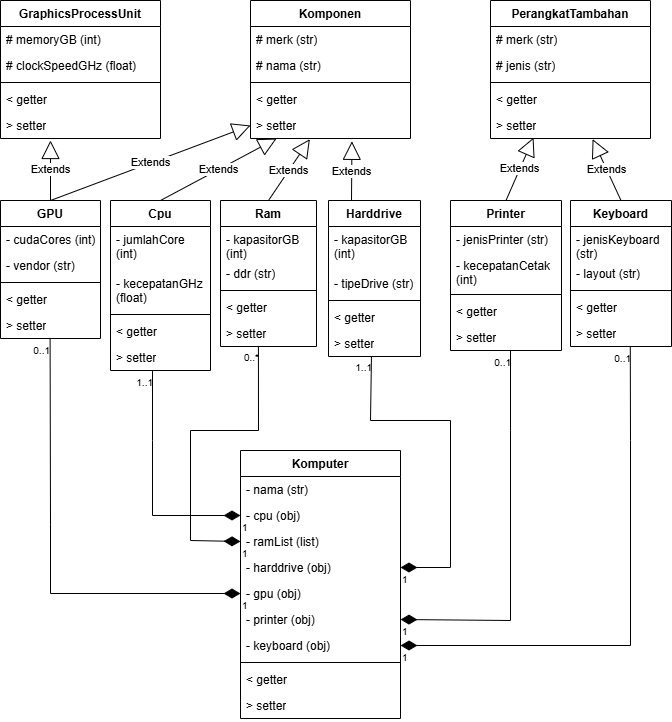
The draw.io diagram TP3DPBO.drawio.png in beginnener/TP3DPBO2025C2, before a commit. Source tidied: cells renumbered, new cells last; positions are measured from the earlier drawing's top-left corner, leaving out a move shared by most shapes.
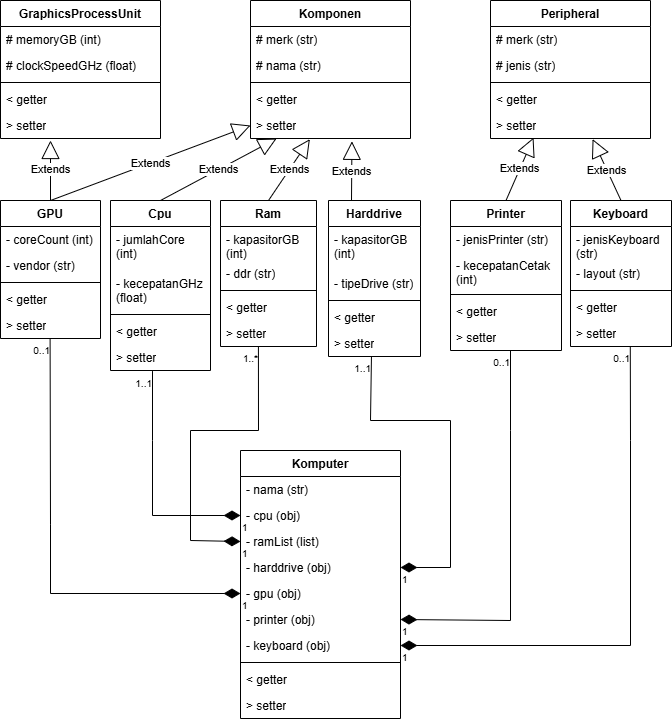
Later version of the same file.

What changed in the source:
```diff
@@ -95,7 +95,7 @@
     <mxCell id="32" value="GPU" style="swimlane;fontStyle=1;align=center;verticalAlign=top;horizontal=1;startSize=26;whiteSpace=wrap;html=1;" parent="1" vertex="1">
       <mxGeometry y="200" width="100" height="138" as="geometry" />
     </mxCell>
-    <mxCell id="33" value="- cudaCores (int)" style="text;strokeColor=none;fillColor=none;align=left;verticalAlign=top;spacingLeft=4;spacingRight=4;overflow=hidden;whiteSpace=wrap;html=1;" parent="32" vertex="1">
+    <mxCell id="33" value="- coreCount (int)" style="text;strokeColor=none;fillColor=none;align=left;verticalAlign=top;spacingLeft=4;spacingRight=4;overflow=hidden;whiteSpace=wrap;html=1;" parent="32" vertex="1">
       <mxGeometry y="26" width="100" height="26" as="geometry" />
     </mxCell>
     <mxCell id="34" value="- vendor (str)" style="text;strokeColor=none;fillColor=none;align=left;verticalAlign=top;spacingLeft=4;spacingRight=4;overflow=hidden;whiteSpace=wrap;html=1;" parent="32" vertex="1">
@@ -110,7 +110,7 @@
     <mxCell id="37" value="&amp;gt; setter" style="text;strokeColor=none;fillColor=none;align=left;verticalAlign=top;spacingLeft=4;spacingRight=4;overflow=hidden;points=[[0,0.5],[1,0.5]];portConstraint=eastwest;whiteSpace=wrap;html=1;" parent="32" vertex="1">
       <mxGeometry y="112" width="100" height="26" as="geometry" />
     </mxCell>
-    <mxCell id="38" value="PerangkatTambahan" style="swimlane;fontStyle=1;align=center;verticalAlign=top;horizontal=1;startSize=26;whiteSpace=wrap;html=1;" parent="1" vertex="1">
+    <mxCell id="38" value="Peripheral" style="swimlane;fontStyle=1;align=center;verticalAlign=top;horizontal=1;startSize=26;whiteSpace=wrap;html=1;" parent="1" vertex="1">
       <mxGeometry x="490" width="160" height="138" as="geometry" />
     </mxCell>
     <mxCell id="39" value="# merk (str)" style="text;strokeColor=none;fillColor=none;align=left;verticalAlign=top;spacingLeft=4;spacingRight=4;overflow=hidden;whiteSpace=wrap;html=1;" parent="38" vertex="1">
@@ -232,7 +232,7 @@
     <mxCell id="75" value="1" style="html=1;align=left;verticalAlign=top;labelBackgroundColor=none;fontSize=10;" parent="74" vertex="1">
       <mxGeometry x="-1" relative="1" as="geometry" />
     </mxCell>
-    <mxCell id="76" value="0..*" style="html=1;align=right;verticalAlign=top;labelBackgroundColor=none;fontSize=10;" parent="74" vertex="1">
+    <mxCell id="76" value="1..*" style="html=1;align=right;verticalAlign=top;labelBackgroundColor=none;fontSize=10;" parent="74" vertex="1">
       <mxGeometry x="1" relative="1" as="geometry" />
     </mxCell>
     <mxCell id="77" style="align=right;html=1;verticalAlign=bottom;endArrow=none;startArrow=diamondThin;startSize=14;startFill=1;edgeStyle=none;rounded=0;entryX=0.42;entryY=1.023;entryDx=0;entryDy=0;entryPerimeter=0;exitX=0;exitY=0.5;exitDx=0;exitDy=0;" parent="1" edge="1" source="58" target="13">
```
